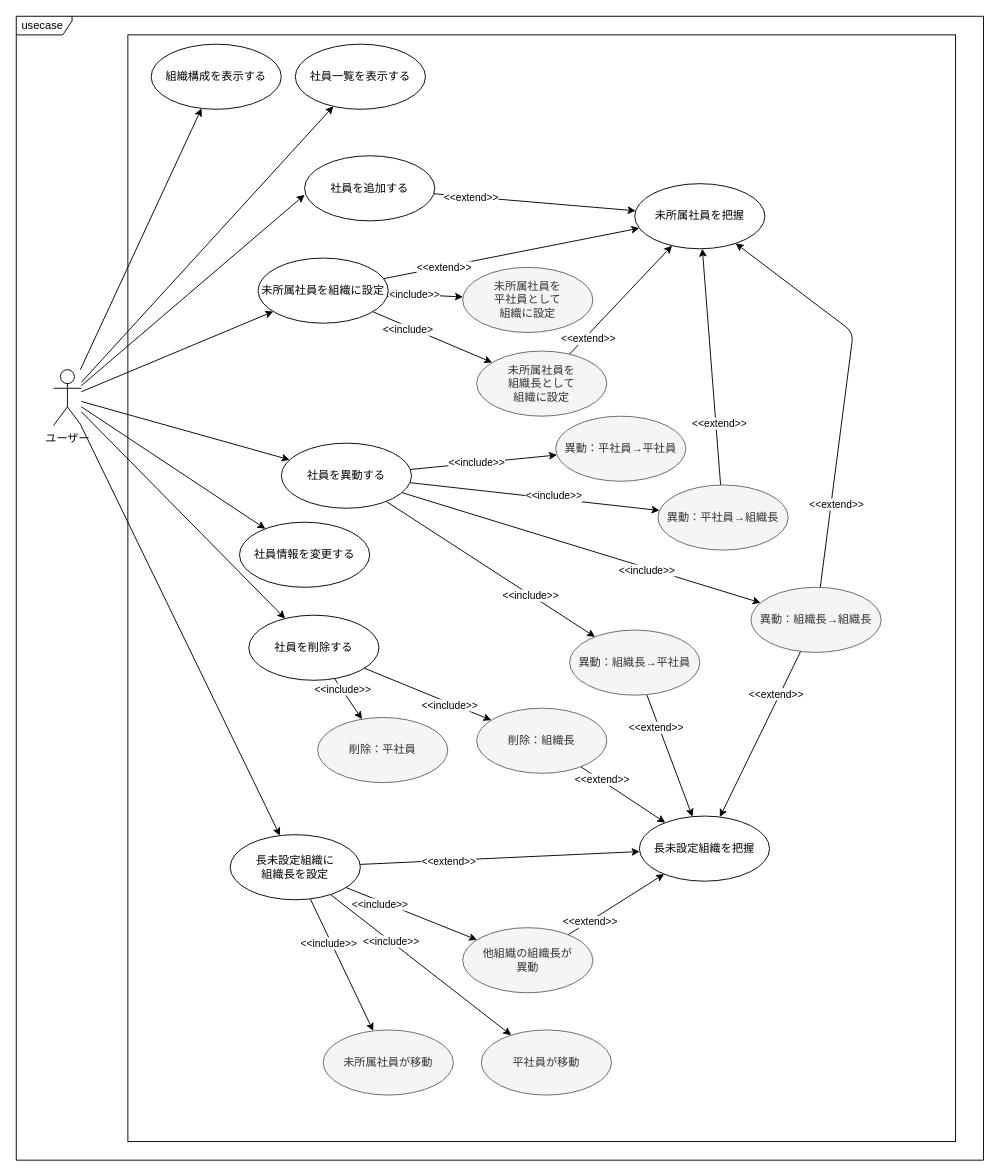
Earlier version of the draw.io diagram page "ページ1" (1 of 2) of Designs/ユースケース/Usecases.drawio (bosssanovar/LightMvvmSample). Source tidied: cells renumbered, new cells numbered last; positions are measured from the earlier drawing's top-left corner, leaving out a move shared by most shapes. Both pictures are drawn from the tidied source at 93%, with x=0, y=0 at pixel (16, 16).
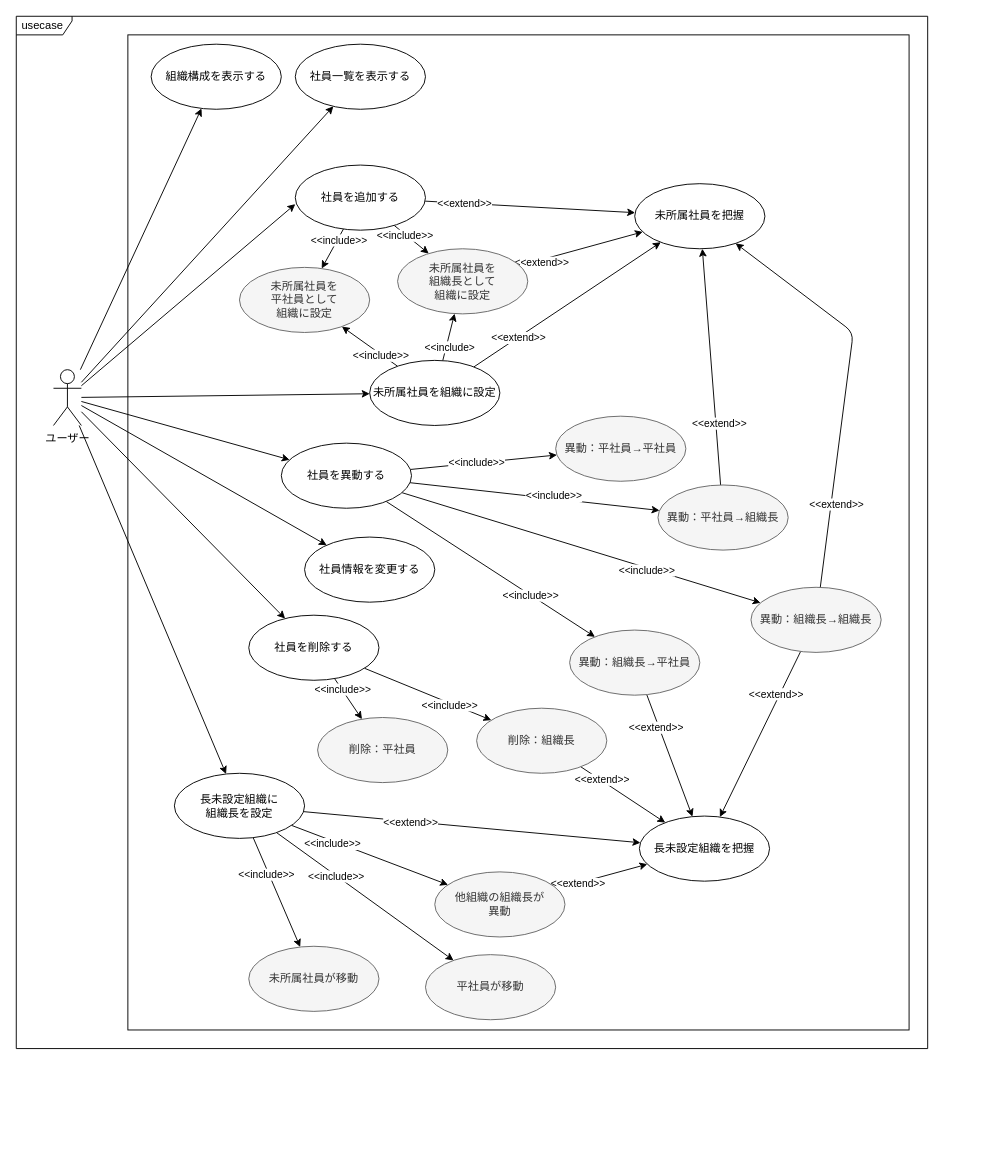
The same diagram, later.

Change to the diagram source:
```diff
@@
     <mxCell id="2" value="usecase&amp;nbsp;" style="shape=umlFrame;whiteSpace=wrap;html=1;width=60;height=20;swimlaneFillColor=#FFFFFF;" parent="1" vertex="1">
-      <mxGeometry width="1040" height="1230" as="geometry" />
+      <mxGeometry width="980" height="1110" as="geometry" />
     </mxCell>
     <mxCell id="3" style="rounded=0;whiteSpace=wrap;html=1;" parent="1" vertex="1">
-      <mxGeometry x="120" y="20" width="890" height="1190" as="geometry" />
+      <mxGeometry x="120" y="20" width="840" height="1070" as="geometry" />
     </mxCell>
@@
+    <mxCell id="76" style="edgeStyle=none;html=1;" parent="1" edge="1" source="6" target="58">
+      <mxGeometry relative="1" as="geometry" />
+    </mxCell>
+    <mxCell id="77" value="&amp;lt;&amp;lt;include&amp;gt;&amp;gt;" style="edgeLabel;html=1;align=center;verticalAlign=middle;" parent="76" vertex="1">
+      <mxGeometry x="-0.47" relative="1" as="geometry">
+        <mxPoint x="1" as="offset" />
+      </mxGeometry>
+    </mxCell>
+    <mxCell id="78" style="edgeStyle=none;html=1;" parent="1" edge="1" source="6" target="61">
+      <mxGeometry relative="1" as="geometry" />
+    </mxCell>
+    <mxCell id="79" value="&amp;lt;&amp;lt;include&amp;gt;&amp;gt;" style="edgeLabel;html=1;align=center;verticalAlign=middle;" parent="78" vertex="1">
+      <mxGeometry x="-0.38" y="-1" relative="1" as="geometry" />
+    </mxCell>
     <mxCell id="6" value="社員を追加する" style="ellipse;whiteSpace=wrap;html=1;" parent="1" vertex="1">
-      <mxGeometry x="310" y="150" width="140" height="70" as="geometry" />
+      <mxGeometry x="300" y="160" width="140" height="70" as="geometry" />
     </mxCell>
@@
     <mxCell id="48" value="社員情報を変更する" style="ellipse;whiteSpace=wrap;html=1;" parent="1" vertex="1">
-      <mxGeometry x="240" y="544" width="140" height="70" as="geometry" />
+      <mxGeometry x="310" y="560" width="140" height="70" as="geometry" />
     </mxCell>
@@
     <mxCell id="57" value="未所属社員を組織に設定" style="ellipse;whiteSpace=wrap;html=1;" parent="1" vertex="1">
-      <mxGeometry x="260" y="260" width="140" height="70" as="geometry" />
+      <mxGeometry x="380" y="370" width="140" height="70" as="geometry" />
     </mxCell>
     <mxCell id="58" value="未所属社員を&lt;br&gt;平社員として&lt;br&gt;組織に設定" style="ellipse;whiteSpace=wrap;html=1;fillColor=#f5f5f5;fontColor=#333333;strokeColor=#666666;" parent="1" vertex="1">
-      <mxGeometry x="480" y="270" width="140" height="70" as="geometry" />
+      <mxGeometry x="240" y="270" width="140" height="70" as="geometry" />
     </mxCell>
@@
     <mxCell id="61" value="未所属社員を&lt;br&gt;組織長として&lt;br&gt;組織に設定" style="ellipse;whiteSpace=wrap;html=1;fillColor=#f5f5f5;fontColor=#333333;strokeColor=#666666;" parent="1" vertex="1">
-      <mxGeometry x="495" y="360" width="140" height="70" as="geometry" />
+      <mxGeometry x="410" y="250" width="140" height="70" as="geometry" />
     </mxCell>
@@
     <mxCell id="70" value="長未設定組織に&lt;br&gt;組織長を設定" style="ellipse;whiteSpace=wrap;html=1;" parent="1" vertex="1">
-      <mxGeometry x="230" y="880" width="140" height="70" as="geometry" />
+      <mxGeometry x="170" y="814" width="140" height="70" as="geometry" />
     </mxCell>
@@
     <mxCell id="73" value="他組織の組織長が&lt;br&gt;異動" style="ellipse;whiteSpace=wrap;html=1;fillColor=#f5f5f5;fontColor=#333333;strokeColor=#666666;" parent="1" vertex="1">
-      <mxGeometry x="480" y="980" width="140" height="70" as="geometry" />
+      <mxGeometry x="450" y="920" width="140" height="70" as="geometry" />
     </mxCell>
     <mxCell id="74" value="平社員が移動" style="ellipse;whiteSpace=wrap;html=1;fillColor=#f5f5f5;fontColor=#333333;strokeColor=#666666;" parent="1" vertex="1">
-      <mxGeometry x="500" y="1090" width="140" height="70" as="geometry" />
+      <mxGeometry x="440" y="1009" width="140" height="70" as="geometry" />
     </mxCell>
     <mxCell id="75" value="未所属社員が移動" style="ellipse;whiteSpace=wrap;html=1;fillColor=#f5f5f5;fontColor=#333333;strokeColor=#666666;" parent="1" vertex="1">
-      <mxGeometry x="330" y="1090" width="140" height="70" as="geometry" />
+      <mxGeometry x="250" y="1000" width="140" height="70" as="geometry" />
     </mxCell>
```
